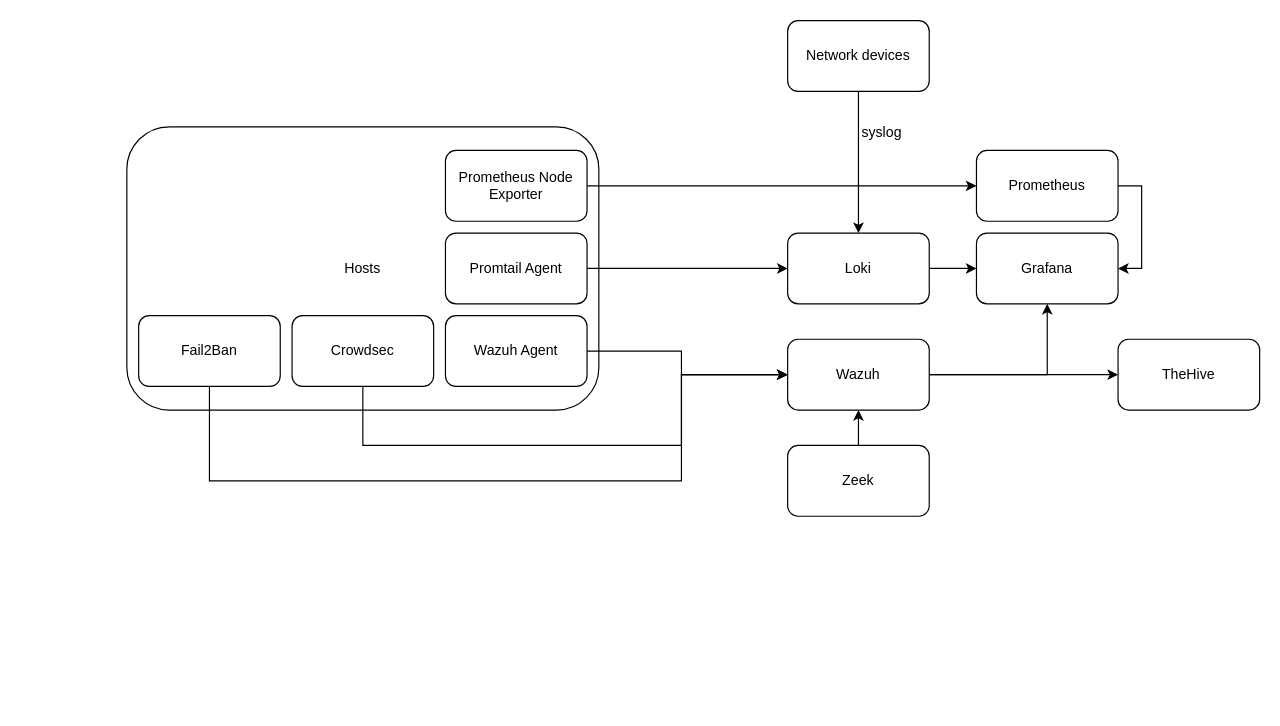
Before: Security-Stack.drawio in echumley/FOSS-SIEM-Stack, a draw.io diagram. Source tidied: cells renumbered, new cells numbered last; positions are measured from the earlier drawing's top-left corner, leaving out a move shared by most shapes. Both pictures are drawn from the tidied source at 118%, with x=0, y=0 at pixel (126, 20).
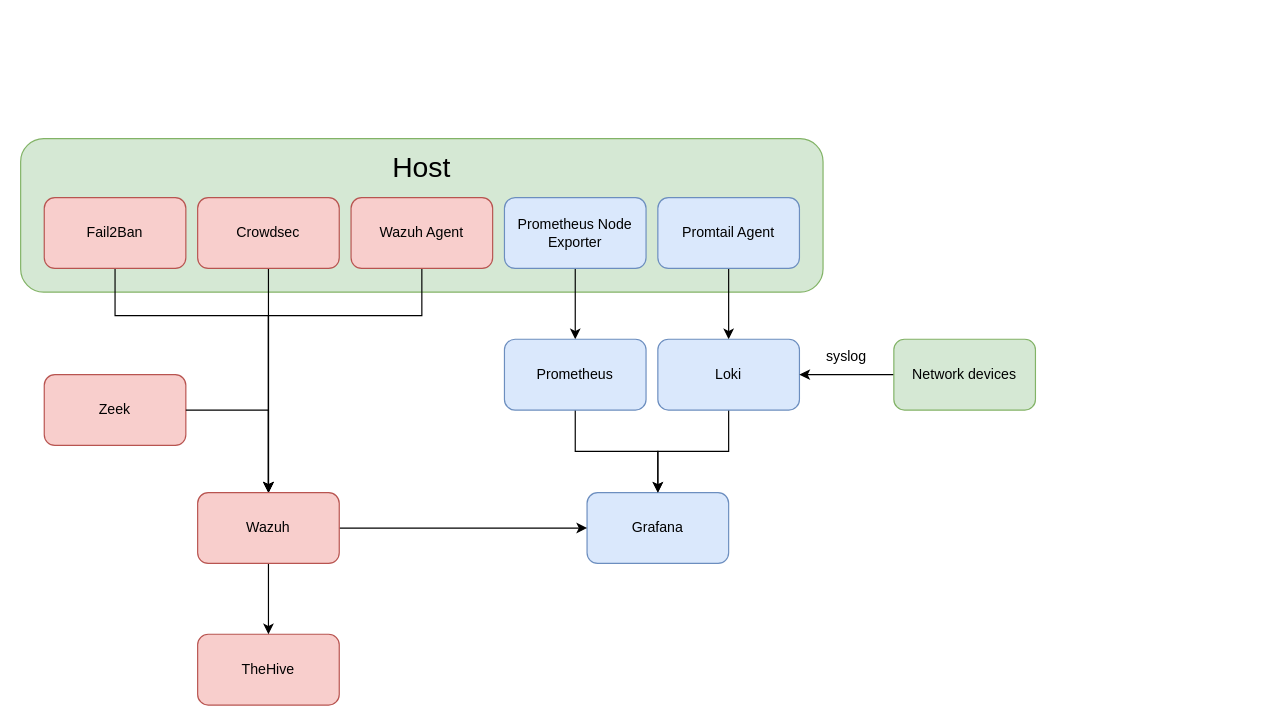
After the change.

Change to the diagram source:
```diff
@@
-    <mxCell id="2" value="&lt;div&gt;Hosts&lt;/div&gt;" style="rounded=1;whiteSpace=wrap;html=1;" parent="1" vertex="1">
-      <mxGeometry y="90" width="400" height="240" as="geometry" />
+    <mxCell id="2" style="rounded=1;whiteSpace=wrap;html=1;fillColor=#d5e8d4;strokeColor=#82b366;" parent="1" vertex="1">
+      <mxGeometry x="-90" y="100" width="680" height="130" as="geometry" />
     </mxCell>
-    <mxCell id="3" style="edgeStyle=orthogonalEdgeStyle;rounded=0;jettySize=auto;html=1;entryX=0;entryY=0.5;entryDx=0;entryDy=0;" parent="1" edge="1" source="4" target="18">
-      <mxGeometry relative="1" as="geometry">
-        <Array as="points">
-          <mxPoint x="200" y="360" />
-          <mxPoint x="470" y="360" />
-          <mxPoint x="470" y="300" />
-        </Array>
-      </mxGeometry>
+    <mxCell id="3" style="edgeStyle=orthogonalEdgeStyle;rounded=0;jettySize=auto;html=1;entryX=0.5;entryY=0;entryDx=0;entryDy=0;" parent="1" edge="1" source="4" target="18">
+      <mxGeometry relative="1" as="geometry" />
     </mxCell>
-    <mxCell id="4" value="Crowdsec" style="rounded=1;whiteSpace=wrap;html=1;" parent="1" vertex="1">
-      <mxGeometry x="140" y="250" width="120" height="60" as="geometry" />
+    <mxCell id="4" value="Crowdsec" style="rounded=1;whiteSpace=wrap;html=1;fillColor=#f8cecc;strokeColor=#b85450;" parent="1" vertex="1">
+      <mxGeometry x="60" y="150" width="120" height="60" as="geometry" />
     </mxCell>
-    <mxCell id="5" style="edgeStyle=orthogonalEdgeStyle;rounded=0;jettySize=auto;html=1;entryX=0;entryY=0.5;entryDx=0;entryDy=0;" parent="1" edge="1" source="6" target="18">
+    <mxCell id="5" style="edgeStyle=orthogonalEdgeStyle;rounded=0;jettySize=auto;html=1;exitX=0.5;exitY=1;exitDx=0;exitDy=0;" parent="1" edge="1" source="6" target="18">
       <mxGeometry relative="1" as="geometry">
         <Array as="points">
-          <mxPoint x="70" y="390" />
-          <mxPoint x="470" y="390" />
-          <mxPoint x="470" y="300" />
+          <mxPoint x="-10" y="250" />
+          <mxPoint x="120" y="250" />
         </Array>
       </mxGeometry>
     </mxCell>
-    <mxCell id="6" value="Fail2Ban" style="rounded=1;whiteSpace=wrap;html=1;" parent="1" vertex="1">
-      <mxGeometry x="10" y="250" width="120" height="60" as="geometry" />
+    <mxCell id="6" value="Fail2Ban" style="rounded=1;whiteSpace=wrap;html=1;fillColor=#f8cecc;strokeColor=#b85450;" parent="1" vertex="1">
+      <mxGeometry x="-70" y="150" width="120" height="60" as="geometry" />
     </mxCell>
-    <mxCell id="7" style="edgeStyle=orthogonalEdgeStyle;rounded=0;jettySize=auto;html=1;entryX=0;entryY=0.5;entryDx=0;entryDy=0;" parent="1" edge="1" source="8" target="18">
-      <mxGeometry relative="1" as="geometry">
-        <Array as="points">
-          <mxPoint x="470" y="280" />
-          <mxPoint x="470" y="300" />
-        </Array>
-      </mxGeometry>
-    </mxCell>
+    <mxCell id="27" style="edgeStyle=orthogonalEdgeStyle;rounded=0;jettySize=auto;html=1;entryX=0.5;entryY=0;entryDx=0;entryDy=0;exitX=0.485;exitY=0.8;exitDx=0;exitDy=0;exitPerimeter=0;" parent="1" edge="1" source="2" target="18">
+      <mxGeometry relative="1" as="geometry">
+        <Array as="points">
+          <mxPoint x="250" y="250" />
+          <mxPoint x="120" y="250" />
+        </Array>
+      </mxGeometry>
+    </mxCell>
-    <mxCell id="8" value="Wazuh Agent" style="rounded=1;whiteSpace=wrap;html=1;" parent="1" vertex="1">
-      <mxGeometry x="270" y="250" width="120" height="60" as="geometry" />
+    <mxCell id="8" value="Wazuh Agent" style="rounded=1;whiteSpace=wrap;html=1;fillColor=#f8cecc;strokeColor=#b85450;" parent="1" vertex="1">
+      <mxGeometry x="190" y="150" width="120" height="60" as="geometry" />
     </mxCell>
-    <mxCell id="9" style="edgeStyle=orthogonalEdgeStyle;rounded=0;jettySize=auto;html=1;entryX=0;entryY=0.5;entryDx=0;entryDy=0;" parent="1" edge="1" source="10" target="14">
+    <mxCell id="9" style="edgeStyle=orthogonalEdgeStyle;rounded=0;jettySize=auto;html=1;entryX=0.5;entryY=0;entryDx=0;entryDy=0;" parent="1" edge="1" source="10" target="14">
       <mxGeometry relative="1" as="geometry" />
     </mxCell>
-    <mxCell id="10" value="Promtail Agent" style="rounded=1;whiteSpace=wrap;html=1;" parent="1" vertex="1">
-      <mxGeometry x="270" y="180" width="120" height="60" as="geometry" />
+    <mxCell id="10" value="Promtail Agent" style="rounded=1;whiteSpace=wrap;html=1;fillColor=#dae8fc;strokeColor=#6c8ebf;" parent="1" vertex="1">
+      <mxGeometry x="450" y="150" width="120" height="60" as="geometry" />
     </mxCell>
-    <mxCell id="11" style="edgeStyle=orthogonalEdgeStyle;rounded=0;jettySize=auto;html=1;entryX=0;entryY=0.5;entryDx=0;entryDy=0;" parent="1" edge="1" source="12" target="23">
+    <mxCell id="11" style="edgeStyle=orthogonalEdgeStyle;rounded=0;jettySize=auto;html=1;entryX=0.5;entryY=0;entryDx=0;entryDy=0;" parent="1" edge="1" source="12" target="23">
       <mxGeometry relative="1" as="geometry" />
     </mxCell>
-    <mxCell id="12" value="Prometheus Node Exporter" style="rounded=1;whiteSpace=wrap;html=1;" parent="1" vertex="1">
-      <mxGeometry x="270" y="110" width="120" height="60" as="geometry" />
+    <mxCell id="12" value="Prometheus Node Exporter" style="rounded=1;whiteSpace=wrap;html=1;fillColor=#dae8fc;strokeColor=#6c8ebf;" parent="1" vertex="1">
+      <mxGeometry x="320" y="150" width="120" height="60" as="geometry" />
     </mxCell>
-    <mxCell id="13" style="edgeStyle=orthogonalEdgeStyle;rounded=0;jettySize=auto;html=1;entryX=0;entryY=0.5;entryDx=0;entryDy=0;" parent="1" edge="1" source="14" target="15">
+    <mxCell id="13" style="edgeStyle=orthogonalEdgeStyle;rounded=0;jettySize=auto;html=1;entryX=0.5;entryY=0;entryDx=0;entryDy=0;" parent="1" edge="1" source="14" target="15">
       <mxGeometry relative="1" as="geometry" />
     </mxCell>
-    <mxCell id="14" value="Loki" style="rounded=1;whiteSpace=wrap;html=1;" parent="1" vertex="1">
-      <mxGeometry x="560" y="180" width="120" height="60" as="geometry" />
+    <mxCell id="14" value="Loki" style="rounded=1;whiteSpace=wrap;html=1;fillColor=#dae8fc;strokeColor=#6c8ebf;" parent="1" vertex="1">
+      <mxGeometry x="450" y="270" width="120" height="60" as="geometry" />
     </mxCell>
-    <mxCell id="15" value="Grafana" style="rounded=1;whiteSpace=wrap;html=1;" parent="1" vertex="1">
-      <mxGeometry x="720" y="180" width="120" height="60" as="geometry" />
+    <mxCell id="15" value="Grafana" style="rounded=1;whiteSpace=wrap;html=1;fillColor=#dae8fc;strokeColor=#6c8ebf;" parent="1" vertex="1">
+      <mxGeometry x="390" y="400" width="120" height="60" as="geometry" />
     </mxCell>
-    <mxCell id="16" style="edgeStyle=orthogonalEdgeStyle;rounded=0;jettySize=auto;html=1;entryX=0.5;entryY=1;entryDx=0;entryDy=0;" parent="1" edge="1" source="18" target="15">
-      <mxGeometry relative="1" as="geometry" />
-    </mxCell>
-    <mxCell id="17" style="edgeStyle=orthogonalEdgeStyle;rounded=0;jettySize=auto;html=1;entryX=0;entryY=0.5;entryDx=0;entryDy=0;" parent="1" edge="1" source="18" target="21">
-      <mxGeometry relative="1" as="geometry" />
-    </mxCell>
-    <mxCell id="18" value="Wazuh" style="rounded=1;whiteSpace=wrap;html=1;" parent="1" vertex="1">
-      <mxGeometry x="560" y="270" width="120" height="60" as="geometry" />
-    </mxCell>
-    <mxCell id="19" style="edgeStyle=orthogonalEdgeStyle;rounded=0;jettySize=auto;html=1;" parent="1" edge="1" source="20" target="18">
-      <mxGeometry relative="1" as="geometry" />
-    </mxCell>
-    <mxCell id="20" value="Zeek" style="rounded=1;whiteSpace=wrap;html=1;" parent="1" vertex="1">
-      <mxGeometry x="560" y="360" width="120" height="60" as="geometry" />
+    <mxCell id="20" value="Zeek" style="rounded=1;whiteSpace=wrap;html=1;fillColor=#f8cecc;strokeColor=#b85450;" parent="1" vertex="1">
+      <mxGeometry x="-70" y="300" width="120" height="60" as="geometry" />
     </mxCell>
-    <mxCell id="21" value="TheHive" style="rounded=1;whiteSpace=wrap;html=1;" parent="1" vertex="1">
-      <mxGeometry x="840" y="270" width="120" height="60" as="geometry" />
+    <mxCell id="21" value="TheHive" style="rounded=1;whiteSpace=wrap;html=1;fillColor=#f8cecc;strokeColor=#b85450;" parent="1" vertex="1">
+      <mxGeometry x="60" y="520" width="120" height="60" as="geometry" />
     </mxCell>
-    <mxCell id="22" style="edgeStyle=orthogonalEdgeStyle;rounded=0;jettySize=auto;html=1;entryX=1;entryY=0.5;entryDx=0;entryDy=0;exitX=1;exitY=0.5;exitDx=0;exitDy=0;" parent="1" edge="1" source="23" target="15">
+    <mxCell id="22" style="edgeStyle=orthogonalEdgeStyle;rounded=0;jettySize=auto;html=1;" parent="1" edge="1" source="23" target="15">
       <mxGeometry relative="1" as="geometry" />
     </mxCell>
-    <mxCell id="23" value="Prometheus" style="rounded=1;whiteSpace=wrap;html=1;" parent="1" vertex="1">
-      <mxGeometry x="720" y="110" width="120" height="60" as="geometry" />
+    <mxCell id="23" value="Prometheus" style="rounded=1;whiteSpace=wrap;html=1;fillColor=#dae8fc;strokeColor=#6c8ebf;" parent="1" vertex="1">
+      <mxGeometry x="320" y="270" width="120" height="60" as="geometry" />
     </mxCell>
-    <mxCell id="24" style="edgeStyle=orthogonalEdgeStyle;rounded=0;jettySize=auto;html=1;entryX=0.5;entryY=0;entryDx=0;entryDy=0;" parent="1" edge="1" source="25" target="14">
+    <mxCell id="24" style="edgeStyle=orthogonalEdgeStyle;rounded=0;jettySize=auto;html=1;entryX=1;entryY=0.5;entryDx=0;entryDy=0;" parent="1" edge="1" source="25" target="14">
       <mxGeometry relative="1" as="geometry" />
     </mxCell>
-    <mxCell id="25" value="Network devices" style="rounded=1;whiteSpace=wrap;html=1;" parent="1" vertex="1">
-      <mxGeometry x="560" width="120" height="60" as="geometry" />
+    <mxCell id="25" value="Network devices" style="rounded=1;whiteSpace=wrap;html=1;fillColor=#d5e8d4;strokeColor=#82b366;" parent="1" vertex="1">
+      <mxGeometry x="650" y="270" width="120" height="60" as="geometry" />
     </mxCell>
     <mxCell id="26" value="syslog" style="text;html=1;align=center;verticalAlign=middle;whiteSpace=wrap;rounded=0;" parent="1" vertex="1">
-      <mxGeometry x="610" y="80" width="60" height="30" as="geometry" />
+      <mxGeometry x="570" y="270" width="80" height="30" as="geometry" />
     </mxCell>
+    <mxCell id="28" value="Host" style="text;html=1;align=center;verticalAlign=middle;whiteSpace=wrap;rounded=0;fontSize=24;" parent="1" vertex="1">
+      <mxGeometry x="220" y="110" width="60" height="30" as="geometry" />
+    </mxCell>
+    <mxCell id="19" style="edgeStyle=orthogonalEdgeStyle;rounded=0;jettySize=auto;html=1;" parent="1" edge="1" source="20" target="18">
+      <mxGeometry relative="1" as="geometry" />
+    </mxCell>
+    <mxCell id="17" style="edgeStyle=orthogonalEdgeStyle;rounded=0;jettySize=auto;html=1;entryX=0.5;entryY=0;entryDx=0;entryDy=0;" parent="1" edge="1" source="18" target="21">
+      <mxGeometry relative="1" as="geometry" />
+    </mxCell>
+    <mxCell id="16" style="edgeStyle=orthogonalEdgeStyle;rounded=0;jettySize=auto;html=1;entryX=0;entryY=0.5;entryDx=0;entryDy=0;" parent="1" edge="1" source="18" target="15">
+      <mxGeometry relative="1" as="geometry" />
+    </mxCell>
+    <mxCell id="18" value="Wazuh" style="rounded=1;whiteSpace=wrap;html=1;fillColor=#f8cecc;strokeColor=#b85450;" parent="1" vertex="1">
+      <mxGeometry x="60" y="400" width="120" height="60" as="geometry" />
+    </mxCell>
```
